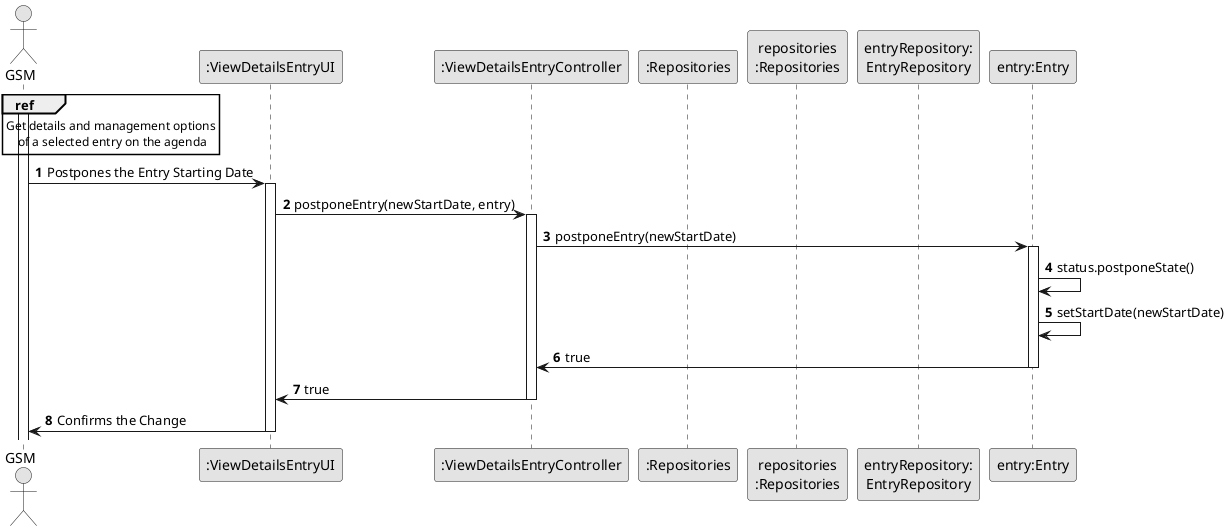
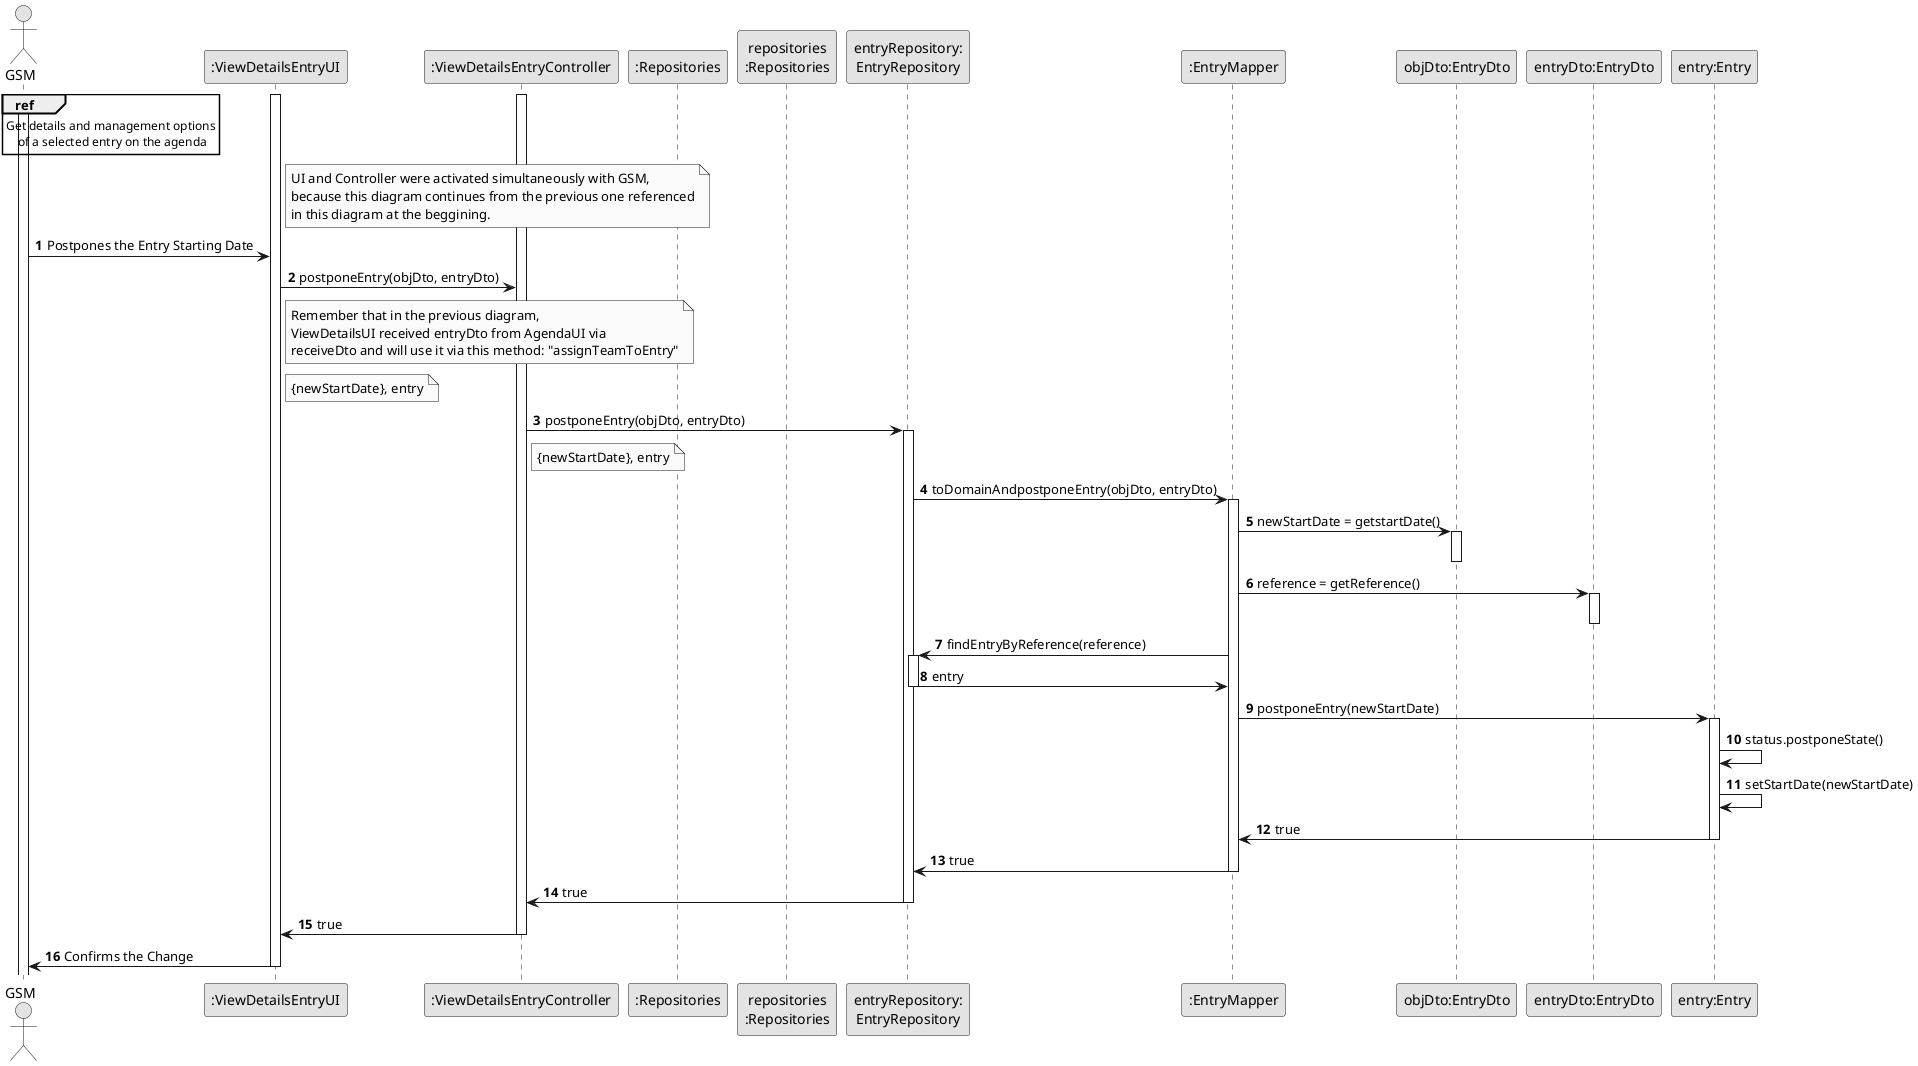
@startuml
skinparam monochrome true
skinparam packageStyle rectangle
skinparam shadowing false

autonumber

actor "GSM" as GSM

participant ":ViewDetailsEntryUI" as UI2
participant ":ViewDetailsEntryController" as CTRL2
participant ":Repositories" as RepositorySingleton
participant "repositories\n:Repositories" as PLAT
- participant "entryRepository:\nEntryRepository" as EntryRepository
+ participant "entryRepository:\nEntryRepository" as EntryRepo
+ 
+ participant ":EntryMapper" as EntryMapper
+ participant "objDto:EntryDto" as ObjDto
+ participant "entryDto:EntryDto" as EntryDto
participant "entry:Entry" as OBJ

activate GSM
+ activate UI2
+ activate CTRL2

ref over GSM : Get details and management options\n of a selected entry on the agenda

+ note right of UI2
+     UI and Controller were activated simultaneously with GSM,
+     because this diagram continues from the previous one referenced
+     in this diagram at the beggining.
+ end note
+ 
GSM-> UI2: Postpones the Entry Starting Date
- activate UI2

- UI2 -> CTRL2: postponeEntry(newStartDate, entry)
- activate CTRL2
+ UI2 -> CTRL2: postponeEntry(objDto, entryDto)

- CTRL2 -> OBJ: postponeEntry(newStartDate)
+ note right of UI2
+    Remember that in the previous diagram,
+    ViewDetailsUI received entryDto from AgendaUI via
+    receiveDto and will use it via this method: "assignTeamToEntry"
+ end note
+ note right of UI2
+     {newStartDate}, entry
+ end note
+ 
+ 
+ CTRL2 -> EntryRepo : postponeEntry(objDto, entryDto)
+ note right of CTRL2
+     {newStartDate}, entry
+ end note
+ activate EntryRepo
+ 
+ EntryRepo -> EntryMapper : toDomainAndpostponeEntry(objDto, entryDto)
+ 
+ activate EntryMapper
+ 
+ EntryMapper -> ObjDto : newStartDate = getstartDate()
+ activate ObjDto
+ deactivate ObjDto
+ 
+ EntryMapper -> EntryDto : reference = getReference()
+ activate EntryDto
+ deactivate EntryDto
+ 
+ EntryMapper -> EntryRepo : findEntryByReference(reference)
+ activate EntryRepo
+ 
+ EntryRepo -> EntryMapper : entry
+ deactivate EntryRepo
+ 
+ EntryMapper -> OBJ: postponeEntry(newStartDate)
activate OBJ

OBJ -> OBJ: status.postponeState()
OBJ -> OBJ: setStartDate(newStartDate)

- OBJ -> CTRL2: true
+ OBJ -> EntryMapper: true
+ deactivate OBJ

- deactivate OBJ
+ 
+ EntryMapper -> EntryRepo: true
+ deactivate EntryMapper
+ 
+ EntryRepo -> CTRL2: true
+ deactivate EntryRepo

CTRL2 -> UI2: true
deactivate CTRL2
+ 

UI2 -> GSM: Confirms the Change
deactivate UI2

@enduml
